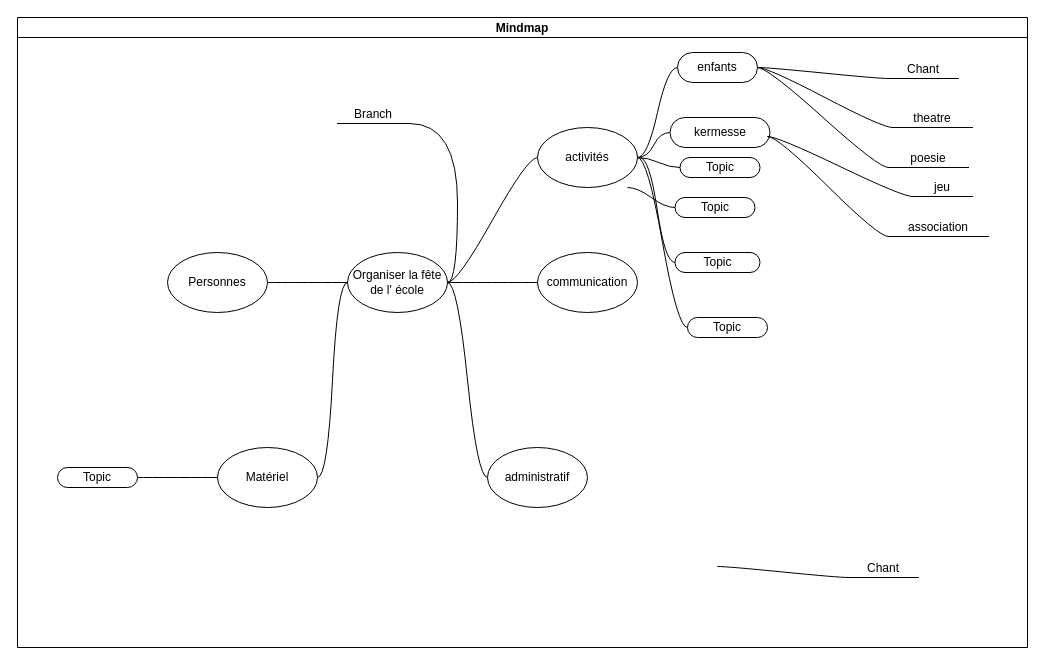
GillesSuivre/GestionProjet keeps this draw.io diagram as test.drawio. Above is the earlier version. Source tidied: cells renumbered, new cells numbered last; positions are measured from the earlier drawing's top-left corner, leaving out a move shared by most shapes. Both pictures are drawn from the tidied source at 100%, with x=0, y=0 at pixel (17, 17).
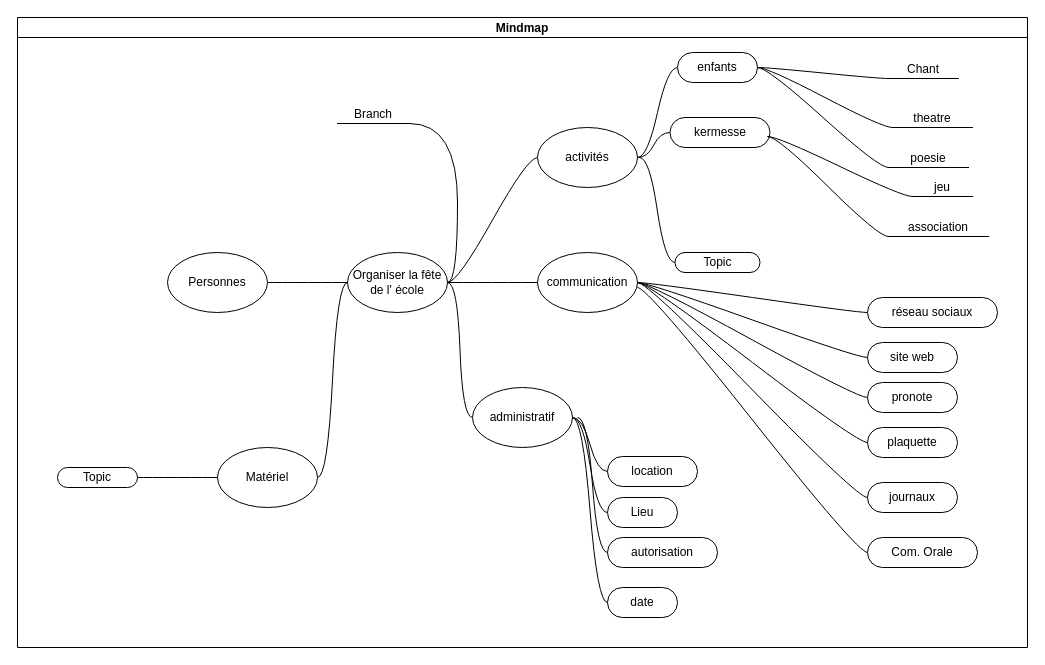
After the change.

Commit message:
Mettre à jour test.drawio

Unchanged cells that the change refers to:
```xml
<mxCell id="2" value="Mindmap" style="swimlane;startSize=20;horizontal=1;containerType=tree;" parent="1" vertex="1">
  <mxGeometry width="1010" height="630" as="geometry" />
</mxCell>
<mxCell id="12" value="communication" style="ellipse;whiteSpace=wrap;html=1;align=center;newEdgeStyle={&quot;edgeStyle&quot;:&quot;entityRelationEdgeStyle&quot;,&quot;startArrow&quot;:&quot;none&quot;,&quot;endArrow&quot;:&quot;none&quot;,&quot;segment&quot;:10,&quot;curved&quot;:1,&quot;sourcePerimeterSpacing&quot;:0,&quot;targetPerimeterSpacing&quot;:0};" parent="2" vertex="1">
  <mxGeometry x="520" y="235" width="100" height="60" as="geometry" />
</mxCell>
<mxCell id="21" value="activités" style="ellipse;whiteSpace=wrap;html=1;align=center;newEdgeStyle={&quot;edgeStyle&quot;:&quot;entityRelationEdgeStyle&quot;,&quot;startArrow&quot;:&quot;none&quot;,&quot;endArrow&quot;:&quot;none&quot;,&quot;segment&quot;:10,&quot;curved&quot;:1,&quot;sourcePerimeterSpacing&quot;:0,&quot;targetPerimeterSpacing&quot;:0};" parent="2" vertex="1">
  <mxGeometry x="520" y="110" width="100" height="60" as="geometry" />
</mxCell>
```

Change to the diagram source:
```diff
@@
     <mxCell id="14" value="administratif" style="ellipse;whiteSpace=wrap;html=1;align=center;newEdgeStyle={&quot;edgeStyle&quot;:&quot;entityRelationEdgeStyle&quot;,&quot;startArrow&quot;:&quot;none&quot;,&quot;endArrow&quot;:&quot;none&quot;,&quot;segment&quot;:10,&quot;curved&quot;:1,&quot;sourcePerimeterSpacing&quot;:0,&quot;targetPerimeterSpacing&quot;:0};" parent="2" vertex="1">
-      <mxGeometry x="470" y="430" width="100" height="60" as="geometry" />
+      <mxGeometry x="455" y="370" width="100" height="60" as="geometry" />
     </mxCell>
@@
-    <mxCell id="24" value="Topic" style="whiteSpace=wrap;html=1;rounded=1;arcSize=50;align=center;verticalAlign=middle;strokeWidth=1;spacing=4;newEdgeStyle={&quot;edgeStyle&quot;:&quot;entityRelationEdgeStyle&quot;,&quot;startArrow&quot;:&quot;none&quot;,&quot;endArrow&quot;:&quot;none&quot;,&quot;segment&quot;:10,&quot;curved&quot;:1,&quot;sourcePerimeterSpacing&quot;:0,&quot;targetPerimeterSpacing&quot;:0};" parent="2" vertex="1">
-      <mxGeometry x="670" y="300" width="80" height="20" as="geometry" />
+    <mxCell id="24" value="réseau sociaux" style="whiteSpace=wrap;html=1;rounded=1;arcSize=50;align=center;verticalAlign=middle;strokeWidth=1;spacing=4;newEdgeStyle={&quot;edgeStyle&quot;:&quot;entityRelationEdgeStyle&quot;,&quot;startArrow&quot;:&quot;none&quot;,&quot;endArrow&quot;:&quot;none&quot;,&quot;segment&quot;:10,&quot;curved&quot;:1,&quot;sourcePerimeterSpacing&quot;:0,&quot;targetPerimeterSpacing&quot;:0};" parent="2" vertex="1">
+      <mxGeometry x="850" y="280" width="130" height="30" as="geometry" />
     </mxCell>
-    <mxCell id="25" style="edgeStyle=entityRelationEdgeStyle;startArrow=none;endArrow=none;segment=10;curved=1;sourcePerimeterSpacing=0;targetPerimeterSpacing=0;rounded=0;exitX=1;exitY=0.5;exitDx=0;exitDy=0;" parent="2" edge="1" source="21" target="24">
+    <mxCell id="25" style="edgeStyle=entityRelationEdgeStyle;startArrow=none;endArrow=none;segment=10;curved=1;sourcePerimeterSpacing=0;targetPerimeterSpacing=0;rounded=0;exitX=1;exitY=0.5;exitDx=0;exitDy=0;" parent="2" edge="1" source="12" target="24">
       <mxGeometry relative="1" as="geometry" />
     </mxCell>
-    <mxCell id="26" value="Topic" style="whiteSpace=wrap;html=1;rounded=1;arcSize=50;align=center;verticalAlign=middle;strokeWidth=1;spacing=4;newEdgeStyle={&quot;edgeStyle&quot;:&quot;entityRelationEdgeStyle&quot;,&quot;startArrow&quot;:&quot;none&quot;,&quot;endArrow&quot;:&quot;none&quot;,&quot;segment&quot;:10,&quot;curved&quot;:1,&quot;sourcePerimeterSpacing&quot;:0,&quot;targetPerimeterSpacing&quot;:0};" parent="2" vertex="1">
-      <mxGeometry x="657.5" y="180" width="80" height="20" as="geometry" />
+    <mxCell id="26" value="site web" style="whiteSpace=wrap;html=1;rounded=1;arcSize=50;align=center;verticalAlign=middle;strokeWidth=1;spacing=4;newEdgeStyle={&quot;edgeStyle&quot;:&quot;entityRelationEdgeStyle&quot;,&quot;startArrow&quot;:&quot;none&quot;,&quot;endArrow&quot;:&quot;none&quot;,&quot;segment&quot;:10,&quot;curved&quot;:1,&quot;sourcePerimeterSpacing&quot;:0,&quot;targetPerimeterSpacing&quot;:0};" parent="2" vertex="1">
+      <mxGeometry x="850" y="325" width="90" height="30" as="geometry" />
     </mxCell>
-    <mxCell id="27" value="Topic" style="whiteSpace=wrap;html=1;rounded=1;arcSize=50;align=center;verticalAlign=middle;strokeWidth=1;spacing=4;newEdgeStyle={&quot;edgeStyle&quot;:&quot;entityRelationEdgeStyle&quot;,&quot;startArrow&quot;:&quot;none&quot;,&quot;endArrow&quot;:&quot;none&quot;,&quot;segment&quot;:10,&quot;curved&quot;:1,&quot;sourcePerimeterSpacing&quot;:0,&quot;targetPerimeterSpacing&quot;:0};" parent="2" vertex="1">
-      <mxGeometry x="662.5" y="140" width="80" height="20" as="geometry" />
+    <mxCell id="27" value="pronote" style="whiteSpace=wrap;html=1;rounded=1;arcSize=50;align=center;verticalAlign=middle;strokeWidth=1;spacing=4;newEdgeStyle={&quot;edgeStyle&quot;:&quot;entityRelationEdgeStyle&quot;,&quot;startArrow&quot;:&quot;none&quot;,&quot;endArrow&quot;:&quot;none&quot;,&quot;segment&quot;:10,&quot;curved&quot;:1,&quot;sourcePerimeterSpacing&quot;:0,&quot;targetPerimeterSpacing&quot;:0};" parent="2" vertex="1">
+      <mxGeometry x="850" y="365" width="90" height="30" as="geometry" />
     </mxCell>
-    <mxCell id="28" style="edgeStyle=entityRelationEdgeStyle;startArrow=none;endArrow=none;segment=10;curved=1;sourcePerimeterSpacing=0;targetPerimeterSpacing=0;rounded=0;exitX=1;exitY=0.5;exitDx=0;exitDy=0;" parent="2" edge="1" source="21" target="27">
+    <mxCell id="28" style="edgeStyle=entityRelationEdgeStyle;startArrow=none;endArrow=none;segment=10;curved=1;sourcePerimeterSpacing=0;targetPerimeterSpacing=0;rounded=0;exitX=1;exitY=0.5;exitDx=0;exitDy=0;" parent="2" edge="1" source="12" target="27">
       <mxGeometry relative="1" as="geometry" />
     </mxCell>
@@
-    <mxCell id="31" style="edgeStyle=entityRelationEdgeStyle;startArrow=none;endArrow=none;segment=10;curved=1;sourcePerimeterSpacing=0;targetPerimeterSpacing=0;rounded=0;exitX=1;exitY=0.5;exitDx=0;exitDy=0;" parent="2" edge="1" target="32">
-      <mxGeometry relative="1" as="geometry">
-        <mxPoint x="700" y="549" as="sourcePoint" />
-      </mxGeometry>
-    </mxCell>
-    <mxCell id="32" value="Chant" style="whiteSpace=wrap;html=1;shape=partialRectangle;top=0;left=0;bottom=1;right=0;points=[[0,1],[1,1]];fillColor=none;align=center;verticalAlign=bottom;routingCenterY=0.5;snapToPoint=1;newEdgeStyle={&quot;edgeStyle&quot;:&quot;entityRelationEdgeStyle&quot;,&quot;startArrow&quot;:&quot;none&quot;,&quot;endArrow&quot;:&quot;none&quot;,&quot;segment&quot;:10,&quot;curved&quot;:1,&quot;sourcePerimeterSpacing&quot;:0,&quot;targetPerimeterSpacing&quot;:0};" parent="2" vertex="1">
-      <mxGeometry x="831" y="530" width="70" height="30" as="geometry" />
-    </mxCell>
@@
-    <mxCell id="41" style="edgeStyle=entityRelationEdgeStyle;startArrow=none;endArrow=none;segment=10;curved=1;sourcePerimeterSpacing=0;targetPerimeterSpacing=0;rounded=0;" parent="1" edge="1" target="26">
-      <mxGeometry relative="1" as="geometry">
-        <mxPoint x="610" y="170" as="sourcePoint" />
-      </mxGeometry>
+    <mxCell id="41" style="edgeStyle=entityRelationEdgeStyle;startArrow=none;endArrow=none;segment=10;curved=1;sourcePerimeterSpacing=0;targetPerimeterSpacing=0;rounded=0;exitX=1;exitY=0.5;exitDx=0;exitDy=0;" parent="2" edge="1" source="12" target="26">
+      <mxGeometry relative="1" as="geometry" />
     </mxCell>
+    <mxCell id="42" value="plaquette" style="whiteSpace=wrap;html=1;rounded=1;arcSize=50;align=center;verticalAlign=middle;strokeWidth=1;spacing=4;newEdgeStyle={&quot;edgeStyle&quot;:&quot;entityRelationEdgeStyle&quot;,&quot;startArrow&quot;:&quot;none&quot;,&quot;endArrow&quot;:&quot;none&quot;,&quot;segment&quot;:10,&quot;curved&quot;:1,&quot;sourcePerimeterSpacing&quot;:0,&quot;targetPerimeterSpacing&quot;:0};" parent="2" vertex="1">
+      <mxGeometry x="850" y="410" width="90" height="30" as="geometry" />
+    </mxCell>
+    <mxCell id="43" style="edgeStyle=entityRelationEdgeStyle;startArrow=none;endArrow=none;segment=10;curved=1;sourcePerimeterSpacing=0;targetPerimeterSpacing=0;rounded=0;exitX=1;exitY=0.5;exitDx=0;exitDy=0;" parent="2" edge="1" source="12" target="42">
+      <mxGeometry relative="1" as="geometry" />
+    </mxCell>
+    <mxCell id="44" value="journaux" style="whiteSpace=wrap;html=1;rounded=1;arcSize=50;align=center;verticalAlign=middle;strokeWidth=1;spacing=4;newEdgeStyle={&quot;edgeStyle&quot;:&quot;entityRelationEdgeStyle&quot;,&quot;startArrow&quot;:&quot;none&quot;,&quot;endArrow&quot;:&quot;none&quot;,&quot;segment&quot;:10,&quot;curved&quot;:1,&quot;sourcePerimeterSpacing&quot;:0,&quot;targetPerimeterSpacing&quot;:0};" parent="2" vertex="1">
+      <mxGeometry x="850" y="465" width="90" height="30" as="geometry" />
+    </mxCell>
+    <mxCell id="45" style="edgeStyle=entityRelationEdgeStyle;startArrow=none;endArrow=none;segment=10;curved=1;sourcePerimeterSpacing=0;targetPerimeterSpacing=0;rounded=0;exitX=1;exitY=0.5;exitDx=0;exitDy=0;" parent="2" edge="1" source="12" target="44">
+      <mxGeometry relative="1" as="geometry" />
+    </mxCell>
+    <mxCell id="46" value="Com. Orale" style="whiteSpace=wrap;html=1;rounded=1;arcSize=50;align=center;verticalAlign=middle;strokeWidth=1;spacing=4;newEdgeStyle={&quot;edgeStyle&quot;:&quot;entityRelationEdgeStyle&quot;,&quot;startArrow&quot;:&quot;none&quot;,&quot;endArrow&quot;:&quot;none&quot;,&quot;segment&quot;:10,&quot;curved&quot;:1,&quot;sourcePerimeterSpacing&quot;:0,&quot;targetPerimeterSpacing&quot;:0};" parent="2" vertex="1">
+      <mxGeometry x="850" y="520" width="110" height="30" as="geometry" />
+    </mxCell>
+    <mxCell id="47" style="edgeStyle=entityRelationEdgeStyle;startArrow=none;endArrow=none;segment=10;curved=1;sourcePerimeterSpacing=0;targetPerimeterSpacing=0;rounded=0;" parent="2" edge="1" target="46">
+      <mxGeometry relative="1" as="geometry">
+        <mxPoint x="620" y="270" as="sourcePoint" />
+      </mxGeometry>
+    </mxCell>
+    <mxCell id="48" value="location" style="whiteSpace=wrap;html=1;rounded=1;arcSize=50;align=center;verticalAlign=middle;strokeWidth=1;spacing=4;newEdgeStyle={&quot;edgeStyle&quot;:&quot;entityRelationEdgeStyle&quot;,&quot;startArrow&quot;:&quot;none&quot;,&quot;endArrow&quot;:&quot;none&quot;,&quot;segment&quot;:10,&quot;curved&quot;:1,&quot;sourcePerimeterSpacing&quot;:0,&quot;targetPerimeterSpacing&quot;:0};" parent="2" vertex="1">
+      <mxGeometry x="590" y="439" width="90" height="30" as="geometry" />
+    </mxCell>
+    <mxCell id="49" style="edgeStyle=entityRelationEdgeStyle;startArrow=none;endArrow=none;segment=10;curved=1;sourcePerimeterSpacing=0;targetPerimeterSpacing=0;rounded=0;exitX=1;exitY=0.5;exitDx=0;exitDy=0;" parent="2" edge="1" source="14" target="48">
+      <mxGeometry relative="1" as="geometry" />
+    </mxCell>
+    <mxCell id="50" value="Lieu" style="whiteSpace=wrap;html=1;rounded=1;arcSize=50;align=center;verticalAlign=middle;strokeWidth=1;spacing=4;newEdgeStyle={&quot;edgeStyle&quot;:&quot;entityRelationEdgeStyle&quot;,&quot;startArrow&quot;:&quot;none&quot;,&quot;endArrow&quot;:&quot;none&quot;,&quot;segment&quot;:10,&quot;curved&quot;:1,&quot;sourcePerimeterSpacing&quot;:0,&quot;targetPerimeterSpacing&quot;:0};" parent="2" vertex="1">
+      <mxGeometry x="590" y="480" width="70" height="30" as="geometry" />
+    </mxCell>
+    <mxCell id="51" style="edgeStyle=entityRelationEdgeStyle;startArrow=none;endArrow=none;segment=10;curved=1;sourcePerimeterSpacing=0;targetPerimeterSpacing=0;rounded=0;exitX=1;exitY=0.5;exitDx=0;exitDy=0;" parent="2" edge="1" source="14" target="50">
+      <mxGeometry relative="1" as="geometry" />
+    </mxCell>
+    <mxCell id="52" value="autorisation" style="whiteSpace=wrap;html=1;rounded=1;arcSize=50;align=center;verticalAlign=middle;strokeWidth=1;spacing=4;newEdgeStyle={&quot;edgeStyle&quot;:&quot;entityRelationEdgeStyle&quot;,&quot;startArrow&quot;:&quot;none&quot;,&quot;endArrow&quot;:&quot;none&quot;,&quot;segment&quot;:10,&quot;curved&quot;:1,&quot;sourcePerimeterSpacing&quot;:0,&quot;targetPerimeterSpacing&quot;:0};" parent="2" vertex="1">
+      <mxGeometry x="590" y="520" width="110" height="30" as="geometry" />
+    </mxCell>
+    <mxCell id="53" style="edgeStyle=entityRelationEdgeStyle;startArrow=none;endArrow=none;segment=10;curved=1;sourcePerimeterSpacing=0;targetPerimeterSpacing=0;rounded=0;" parent="2" edge="1" target="52">
+      <mxGeometry relative="1" as="geometry">
+        <mxPoint x="560" y="400" as="sourcePoint" />
+      </mxGeometry>
+    </mxCell>
+    <mxCell id="54" value="date" style="whiteSpace=wrap;html=1;rounded=1;arcSize=50;align=center;verticalAlign=middle;strokeWidth=1;spacing=4;newEdgeStyle={&quot;edgeStyle&quot;:&quot;entityRelationEdgeStyle&quot;,&quot;startArrow&quot;:&quot;none&quot;,&quot;endArrow&quot;:&quot;none&quot;,&quot;segment&quot;:10,&quot;curved&quot;:1,&quot;sourcePerimeterSpacing&quot;:0,&quot;targetPerimeterSpacing&quot;:0};" parent="2" vertex="1">
+      <mxGeometry x="590" y="570" width="70" height="30" as="geometry" />
+    </mxCell>
+    <mxCell id="55" style="edgeStyle=entityRelationEdgeStyle;startArrow=none;endArrow=none;segment=10;curved=1;sourcePerimeterSpacing=0;targetPerimeterSpacing=0;rounded=0;exitX=1;exitY=0.5;exitDx=0;exitDy=0;" parent="2" edge="1" source="14" target="54">
+      <mxGeometry relative="1" as="geometry">
+        <Array as="points">
+          <mxPoint x="550" y="420" />
+        </Array>
+      </mxGeometry>
+    </mxCell>
```
